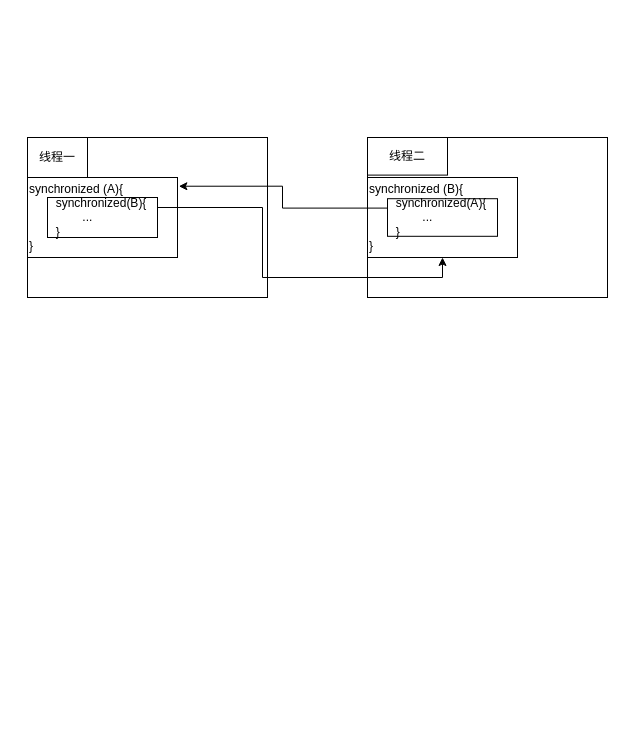
irelandpenguin/default keeps this draw.io diagram as photo/死锁.drawio. Above is the earlier version. Source tidied: cells renumbered, new cells numbered last; positions are measured from the earlier drawing's top-left corner, leaving out a move shared by most shapes. Both pictures are drawn from the tidied source at 100%, with x=0, y=0 at pixel (27, 137).
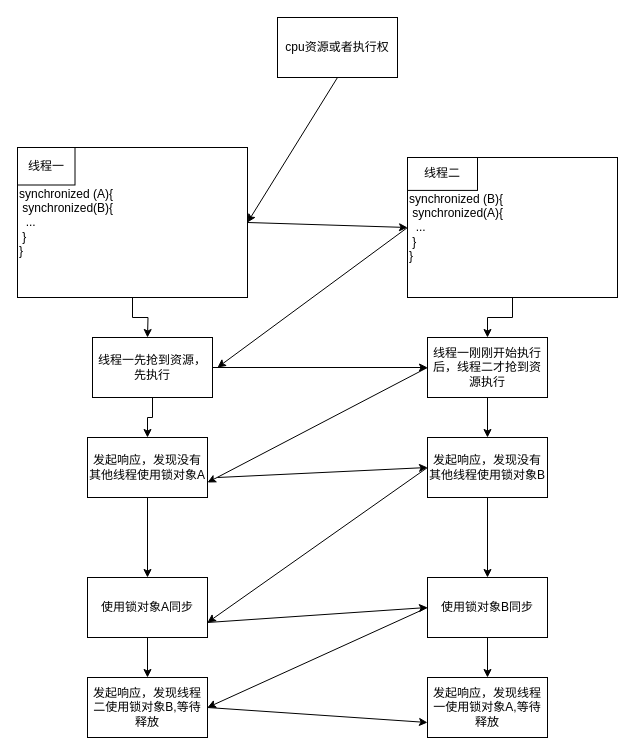
After the change.

Change to the diagram source:
```diff
@@
     <mxCell id="2" style="group;" parent="1" vertex="1">
-      <mxGeometry width="240" height="160" as="geometry" />
+      <mxGeometry x="-10" y="10" width="230" height="150" as="geometry" />
     </mxCell>
-    <mxCell id="3" value="&lt;div&gt;&lt;span&gt;synchronized (A){&lt;/span&gt;&lt;br&gt;&lt;/div&gt;&lt;span style=&quot;white-space: pre&quot;&gt;&lt;div&gt;&lt;span&gt;&#9;&lt;/span&gt;&lt;span style=&quot;white-space: normal&quot;&gt;synchronized(B){&lt;/span&gt;&lt;span&gt;&#9;&lt;/span&gt;&lt;/div&gt;&lt;/span&gt;&lt;div&gt;&lt;span style=&quot;white-space: pre&quot;&gt;&#9;&lt;span style=&quot;white-space: pre&quot;&gt;&#9;&lt;/span&gt;.&lt;/span&gt;..&lt;span style=&quot;white-space: pre&quot;&gt;&#9;&lt;/span&gt;&lt;/div&gt;&lt;div&gt;&lt;span&gt;&lt;span style=&quot;white-space: pre&quot;&gt;&#9;&lt;/span&gt;}&lt;/span&gt;&lt;/div&gt;&lt;div&gt;&lt;span&gt;}&lt;/span&gt;&lt;/div&gt;" style="rounded=0;whiteSpace=wrap;html=1;align=left;" parent="2" vertex="1">
-      <mxGeometry width="240" height="160" as="geometry" />
+    <mxCell id="3" value="&lt;div&gt;&lt;span&gt;synchronized (A){&lt;/span&gt;&lt;br&gt;&lt;/div&gt;&lt;span style=&quot;white-space: pre&quot;&gt;&lt;div&gt;&lt;span&gt; &lt;/span&gt;&lt;span style=&quot;white-space: normal&quot;&gt;synchronized(B){&lt;/span&gt;&lt;span&gt; &lt;/span&gt;&lt;/div&gt;&lt;/span&gt;&lt;div&gt;&lt;span style=&quot;white-space: pre&quot;&gt; &lt;span style=&quot;white-space: pre&quot;&gt; &lt;/span&gt;.&lt;/span&gt;..&lt;span style=&quot;white-space: pre&quot;&gt; &lt;/span&gt;&lt;/div&gt;&lt;div&gt;&lt;span&gt;&lt;span style=&quot;white-space: pre&quot;&gt; &lt;/span&gt;}&lt;/span&gt;&lt;/div&gt;&lt;div&gt;&lt;span&gt;}&lt;/span&gt;&lt;/div&gt;" style="rounded=0;whiteSpace=wrap;html=1;align=left;" parent="2" vertex="1">
+      <mxGeometry width="230" height="150" as="geometry" />
     </mxCell>
     <mxCell id="4" style="group;" parent="2" vertex="1">
-      <mxGeometry width="150" height="120" as="geometry" />
+      <mxGeometry width="143.8" height="112.5" as="geometry" />
     </mxCell>
-    <mxCell id="5" style="rounded=0;whiteSpace=wrap;html=1;fillColor=none;" parent="4" vertex="1">
-      <mxGeometry y="40" width="150" height="80" as="geometry" />
-    </mxCell>
     <mxCell id="6" value="&lt;div style=&quot;text-align: left&quot;&gt;线程一&lt;/div&gt;" style="rounded=0;whiteSpace=wrap;html=1;" parent="4" vertex="1">
-      <mxGeometry width="60" height="40" as="geometry" />
+      <mxGeometry width="57.5" height="37.5" as="geometry" />
     </mxCell>
-    <mxCell id="7" style="rounded=0;whiteSpace=wrap;html=1;fillColor=none;" parent="4" vertex="1">
-      <mxGeometry x="20" y="60" width="110" height="40" as="geometry" />
-    </mxCell>
     <mxCell id="8" style="group;fillColor=none;" parent="1" vertex="1">
-      <mxGeometry x="340" width="240" height="160" as="geometry" />
+      <mxGeometry x="380" y="20" width="210" height="140" as="geometry" />
     </mxCell>
-    <mxCell id="9" value="&lt;div&gt;&lt;span&gt;synchronized (B){&lt;/span&gt;&lt;br&gt;&lt;/div&gt;&lt;span style=&quot;white-space: pre&quot;&gt;&lt;div&gt;&lt;span&gt;&#9;&lt;/span&gt;&lt;span style=&quot;white-space: normal&quot;&gt;synchronized(A){&lt;/span&gt;&lt;span&gt;&#9;&lt;/span&gt;&lt;/div&gt;&lt;/span&gt;&lt;div&gt;&lt;span style=&quot;white-space: pre&quot;&gt;&#9;&lt;span style=&quot;white-space: pre&quot;&gt;&#9;&lt;/span&gt;.&lt;/span&gt;..&lt;span style=&quot;white-space: pre&quot;&gt;&#9;&lt;/span&gt;&lt;/div&gt;&lt;div&gt;&lt;span&gt;&lt;span style=&quot;white-space: pre&quot;&gt;&#9;&lt;/span&gt;}&lt;/span&gt;&lt;/div&gt;&lt;div&gt;&lt;span&gt;}&lt;/span&gt;&lt;/div&gt;" style="rounded=0;whiteSpace=wrap;html=1;align=left;" parent="8" vertex="1">
-      <mxGeometry width="240" height="160" as="geometry" />
+    <mxCell id="9" value="&lt;div&gt;&lt;span&gt;synchronized (B){&lt;/span&gt;&lt;br&gt;&lt;/div&gt;&lt;span style=&quot;white-space: pre&quot;&gt;&lt;div&gt;&lt;span&gt; &lt;/span&gt;&lt;span style=&quot;white-space: normal&quot;&gt;synchronized(A){&lt;/span&gt;&lt;span&gt; &lt;/span&gt;&lt;/div&gt;&lt;/span&gt;&lt;div&gt;&lt;span style=&quot;white-space: pre&quot;&gt; &lt;span style=&quot;white-space: pre&quot;&gt; &lt;/span&gt;.&lt;/span&gt;..&lt;span style=&quot;white-space: pre&quot;&gt; &lt;/span&gt;&lt;/div&gt;&lt;div&gt;&lt;span&gt;&lt;span style=&quot;white-space: pre&quot;&gt; &lt;/span&gt;}&lt;/span&gt;&lt;/div&gt;&lt;div&gt;&lt;span&gt;}&lt;/span&gt;&lt;/div&gt;" style="rounded=0;whiteSpace=wrap;html=1;align=left;" parent="8" vertex="1">
+      <mxGeometry width="210" height="140" as="geometry" />
     </mxCell>
-    <mxCell id="10" style="rounded=0;whiteSpace=wrap;html=1;fillColor=none;" parent="8" vertex="1">
-      <mxGeometry y="40" width="150" height="80" as="geometry" />
-    </mxCell>
     <mxCell id="11" value="线程二" style="rounded=0;whiteSpace=wrap;html=1;" parent="8" vertex="1">
-      <mxGeometry width="80" height="37.6" as="geometry" />
+      <mxGeometry width="70" height="32.9" as="geometry" />
     </mxCell>
-    <mxCell id="12" style="rounded=0;whiteSpace=wrap;html=1;fillColor=none;" parent="8" vertex="1">
-      <mxGeometry x="20" y="61.2" width="110" height="37.6" as="geometry" />
-    </mxCell>
-    <mxCell id="13" style="edgeStyle=orthogonalEdgeStyle;rounded=0;jettySize=auto;html=1;exitX=1;exitY=0.25;exitDx=0;exitDy=0;entryX=0.5;entryY=1;entryDx=0;entryDy=0;" parent="1" edge="1" source="7" target="10">
-      <mxGeometry relative="1" as="geometry" />
-    </mxCell>
-    <mxCell id="14" style="edgeStyle=orthogonalEdgeStyle;rounded=0;jettySize=auto;html=1;exitX=0;exitY=0.25;exitDx=0;exitDy=0;entryX=1.009;entryY=0.109;entryDx=0;entryDy=0;entryPerimeter=0;" parent="1" edge="1" source="12" target="5">
-      <mxGeometry relative="1" as="geometry" />
-    </mxCell>
+    <mxCell id="15" style="edgeStyle=orthogonalEdgeStyle;rounded=0;jettySize=auto;html=1;" parent="1" edge="1" source="3">
+      <mxGeometry relative="1" as="geometry">
+        <mxPoint x="120" y="200" as="targetPoint" />
+      </mxGeometry>
+    </mxCell>
+    <mxCell id="16" style="edgeStyle=orthogonalEdgeStyle;rounded=0;jettySize=auto;html=1;" parent="1" edge="1" source="17" target="22">
+      <mxGeometry relative="1" as="geometry" />
+    </mxCell>
+    <mxCell id="17" value="线程一先抢到资源，先执行" style="rounded=0;whiteSpace=wrap;html=1;" parent="1" vertex="1">
+      <mxGeometry x="65" y="200" width="120" height="60" as="geometry" />
+    </mxCell>
+    <mxCell id="18" style="edgeStyle=orthogonalEdgeStyle;rounded=0;jettySize=auto;html=1;" parent="1" edge="1" source="19" target="30">
+      <mxGeometry relative="1" as="geometry" />
+    </mxCell>
+    <mxCell id="19" value="线程一刚刚开始执行后，线程二才抢到资源执行" style="rounded=0;whiteSpace=wrap;html=1;" parent="1" vertex="1">
+      <mxGeometry x="400" y="200" width="120" height="60" as="geometry" />
+    </mxCell>
+    <mxCell id="20" style="edgeStyle=orthogonalEdgeStyle;rounded=0;jettySize=auto;html=1;" parent="1" edge="1" source="9" target="19">
+      <mxGeometry relative="1" as="geometry" />
+    </mxCell>
+    <mxCell id="21" style="edgeStyle=orthogonalEdgeStyle;rounded=0;jettySize=auto;html=1;" parent="1" edge="1" source="22" target="24">
+      <mxGeometry relative="1" as="geometry" />
+    </mxCell>
+    <mxCell id="22" value="&lt;span&gt;发起响应，发现没有其他线程使用锁对象A&lt;/span&gt;" style="whiteSpace=wrap;html=1;rounded=0;" parent="1" vertex="1">
+      <mxGeometry x="60" y="300" width="120" height="60" as="geometry" />
+    </mxCell>
+    <mxCell id="23" style="edgeStyle=orthogonalEdgeStyle;rounded=0;jettySize=auto;html=1;" parent="1" edge="1" source="24" target="33">
+      <mxGeometry relative="1" as="geometry" />
+    </mxCell>
+    <mxCell id="24" value="使用锁对象A同步" style="whiteSpace=wrap;html=1;rounded=0;" parent="1" vertex="1">
+      <mxGeometry x="60" y="440" width="120" height="60" as="geometry" />
+    </mxCell>
+    <mxCell id="25" value="cpu资源或者执行权" style="rounded=0;whiteSpace=wrap;html=1;" parent="1" vertex="1">
+      <mxGeometry x="250" y="-120" width="120" height="60" as="geometry" />
+    </mxCell>
+    <mxCell id="26" style="endArrow=classic;html=1;rounded=0;exitX=0.5;exitY=1;exitDx=0;exitDy=0;entryX=1;entryY=0.5;entryDx=0;entryDy=0;" parent="1" edge="1" source="25" target="3">
+      <mxGeometry relative="1" as="geometry" />
+    </mxCell>
+    <mxCell id="27" style="endArrow=classic;html=1;rounded=0;exitX=1;exitY=0.5;exitDx=0;exitDy=0;entryX=0;entryY=0.5;entryDx=0;entryDy=0;" parent="1" edge="1" source="17" target="19">
+      <mxGeometry relative="1" as="geometry" />
+    </mxCell>
+    <mxCell id="28" style="endArrow=classic;html=1;rounded=0;exitX=0;exitY=0.5;exitDx=0;exitDy=0;entryX=1;entryY=0.75;entryDx=0;entryDy=0;" parent="1" edge="1" source="19" target="22">
+      <mxGeometry relative="1" as="geometry" />
+    </mxCell>
+    <mxCell id="29" style="edgeStyle=orthogonalEdgeStyle;rounded=0;jettySize=auto;html=1;" parent="1" edge="1" source="30" target="32">
+      <mxGeometry relative="1" as="geometry" />
+    </mxCell>
+    <mxCell id="30" value="发起响应，发现没有其他线程使用锁对象B" style="whiteSpace=wrap;html=1;rounded=0;" parent="1" vertex="1">
+      <mxGeometry x="400" y="300" width="120" height="60" as="geometry" />
+    </mxCell>
+    <mxCell id="31" style="edgeStyle=orthogonalEdgeStyle;rounded=0;jettySize=auto;html=1;" parent="1" edge="1" source="32" target="34">
+      <mxGeometry relative="1" as="geometry" />
+    </mxCell>
+    <mxCell id="32" value="使用锁对象B同步" style="whiteSpace=wrap;html=1;rounded=0;" parent="1" vertex="1">
+      <mxGeometry x="400" y="440" width="120" height="60" as="geometry" />
+    </mxCell>
+    <mxCell id="33" value="发起响应，发现线程二使用锁对象B,等待释放" style="whiteSpace=wrap;html=1;rounded=0;" parent="1" vertex="1">
+      <mxGeometry x="60" y="540" width="120" height="60" as="geometry" />
+    </mxCell>
+    <mxCell id="34" value="发起响应，发现线程一使用锁对象A,等待释放" style="whiteSpace=wrap;html=1;rounded=0;" parent="1" vertex="1">
+      <mxGeometry x="400" y="540" width="120" height="60" as="geometry" />
+    </mxCell>
+    <mxCell id="35" style="endArrow=classic;html=1;rounded=0;entryX=0;entryY=0.5;entryDx=0;entryDy=0;" parent="1" edge="1" target="30">
+      <mxGeometry relative="1" as="geometry">
+        <mxPoint x="190" y="340" as="sourcePoint" />
+      </mxGeometry>
+    </mxCell>
+    <mxCell id="36" style="endArrow=classic;html=1;rounded=0;entryX=1;entryY=0.75;entryDx=0;entryDy=0;exitX=0;exitY=0.5;exitDx=0;exitDy=0;" parent="1" edge="1" source="30" target="24">
+      <mxGeometry relative="1" as="geometry" />
+    </mxCell>
+    <mxCell id="37" style="endArrow=classic;html=1;rounded=0;entryX=0;entryY=0.5;entryDx=0;entryDy=0;exitX=1;exitY=0.75;exitDx=0;exitDy=0;" parent="1" edge="1" source="24" target="32">
+      <mxGeometry relative="1" as="geometry" />
+    </mxCell>
+    <mxCell id="38" style="endArrow=classic;html=1;rounded=0;entryX=1;entryY=0.5;entryDx=0;entryDy=0;" parent="1" edge="1" target="33">
+      <mxGeometry relative="1" as="geometry">
+        <mxPoint x="400" y="470" as="sourcePoint" />
+      </mxGeometry>
+    </mxCell>
+    <mxCell id="39" style="endArrow=classic;html=1;rounded=0;entryX=0;entryY=0.75;entryDx=0;entryDy=0;exitX=1;exitY=0.5;exitDx=0;exitDy=0;" parent="1" edge="1" source="33" target="34">
+      <mxGeometry relative="1" as="geometry" />
+    </mxCell>
+    <mxCell id="40" style="endArrow=classic;html=1;rounded=0;entryX=0;entryY=0.5;entryDx=0;entryDy=0;exitX=1;exitY=0.5;exitDx=0;exitDy=0;" parent="1" edge="1" source="3" target="9">
+      <mxGeometry relative="1" as="geometry" />
+    </mxCell>
+    <mxCell id="41" style="endArrow=classic;html=1;rounded=0;" parent="1" edge="1">
+      <mxGeometry relative="1" as="geometry">
+        <mxPoint x="380" y="90" as="sourcePoint" />
+        <mxPoint x="190" y="230" as="targetPoint" />
+      </mxGeometry>
+    </mxCell>
```
